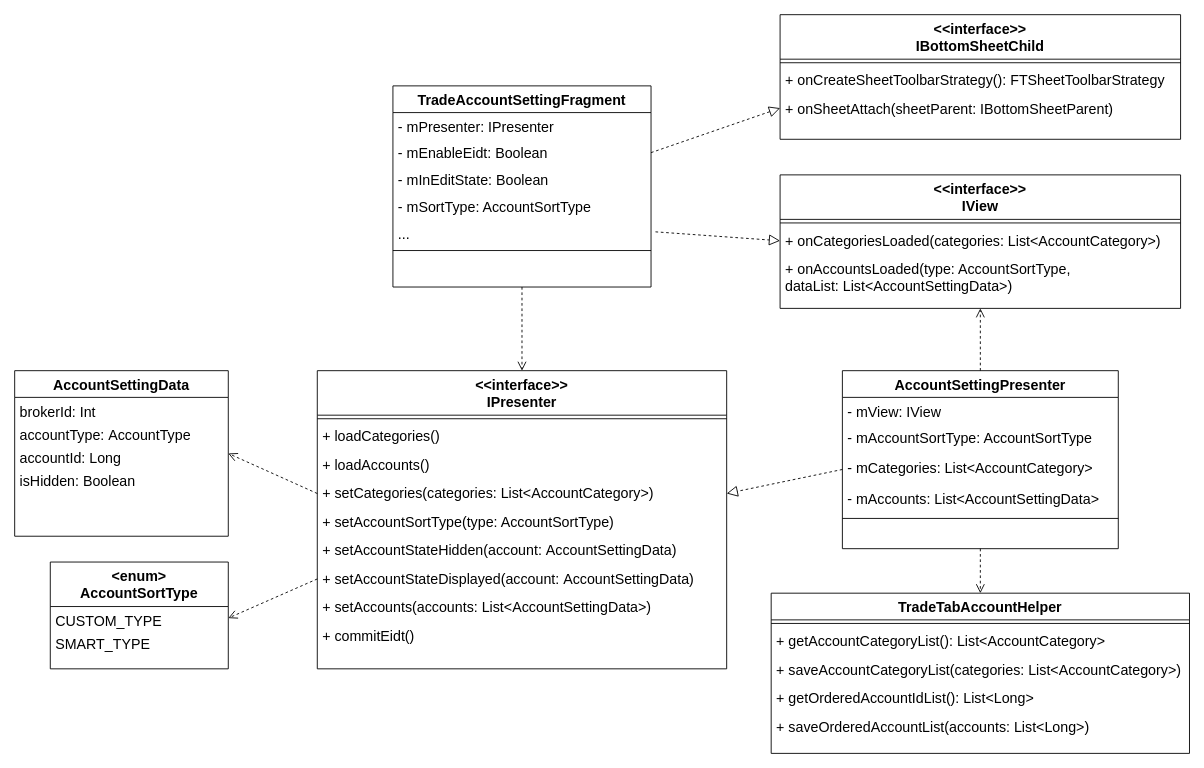
EricHyh/KtPermissions keeps this draw.io diagram as app/account_setting.drawio. Above is the earlier version. Source tidied: cells renumbered, new cells numbered last; positions are measured from the earlier drawing's top-left corner, leaving out a move shared by most shapes. Both pictures are drawn from the tidied source at 89%, with x=0, y=0 at pixel (14, 14).
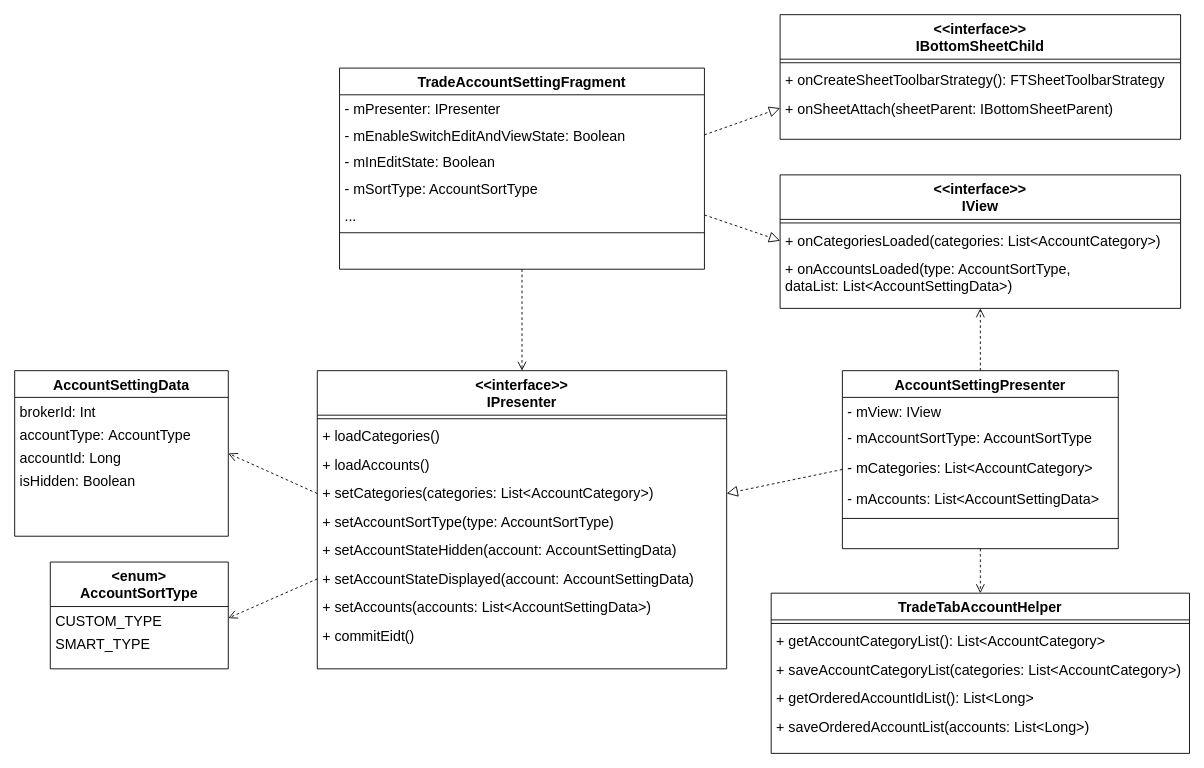
Above is the later version.

Unchanged cells that the change refers to:
```xml
<mxCell id="5" value="+ onCategoriesLoaded(categories: List&lt;AccountCategory&gt;)" style="text;align=left;verticalAlign=top;spacingLeft=4;spacingRight=4;overflow=hidden;points=[[0,0.5],[1,0.5]];portConstraint=eastwest;fontSize=16;" parent="3" vertex="1">
  <mxGeometry y="58" width="450" height="32" as="geometry" />
</mxCell>
```

What changed in the source:
```diff
@@
     <mxCell id="33" value="TradeAccountSettingFragment" style="swimlane;fontStyle=1;align=center;verticalAlign=top;horizontal=1;startSize=30;rounded=0;shadow=0;strokeWidth=1;fontSize=16;" parent="1" vertex="1">
-      <mxGeometry x="425" y="80" width="290" height="226" as="geometry" />
+      <mxGeometry x="365" y="60" width="410" height="226" as="geometry" />
     </mxCell>
     <mxCell id="34" value="- mPresenter: IPresenter" style="text;align=left;verticalAlign=top;spacingLeft=4;spacingRight=4;overflow=hidden;fontSize=16;" parent="33" vertex="1">
-      <mxGeometry y="30" width="290" height="30" as="geometry" />
+      <mxGeometry y="30" width="410" height="30" as="geometry" />
     </mxCell>
-    <mxCell id="35" value="- mEnableEidt: Boolean" style="text;align=left;verticalAlign=top;spacingLeft=4;spacingRight=4;overflow=hidden;points=[[0,0.5],[1,0.5]];portConstraint=eastwest;fontSize=16;" parent="33" vertex="1">
-      <mxGeometry y="60" width="290" height="30" as="geometry" />
+    <mxCell id="35" value="- mEnableSwitchEditAndViewState: Boolean" style="text;align=left;verticalAlign=top;spacingLeft=4;spacingRight=4;overflow=hidden;points=[[0,0.5],[1,0.5]];portConstraint=eastwest;fontSize=16;" parent="33" vertex="1">
+      <mxGeometry y="60" width="410" height="30" as="geometry" />
     </mxCell>
     <mxCell id="36" value="- mInEditState: Boolean" style="text;align=left;verticalAlign=top;spacingLeft=4;spacingRight=4;overflow=hidden;fontSize=16;" parent="33" vertex="1">
-      <mxGeometry y="90" width="290" height="30" as="geometry" />
+      <mxGeometry y="90" width="410" height="30" as="geometry" />
     </mxCell>
     <mxCell id="37" value="- mSortType: AccountSortType" style="text;align=left;verticalAlign=top;spacingLeft=4;spacingRight=4;overflow=hidden;fontSize=16;" parent="33" vertex="1">
-      <mxGeometry y="120" width="290" height="30" as="geometry" />
+      <mxGeometry y="120" width="410" height="30" as="geometry" />
     </mxCell>
     <mxCell id="38" value="..." style="text;align=left;verticalAlign=top;spacingLeft=4;spacingRight=4;overflow=hidden;points=[[0,0.5],[1,0.5]];portConstraint=eastwest;fontSize=16;" parent="33" vertex="1">
-      <mxGeometry y="150" width="290" height="30" as="geometry" />
+      <mxGeometry y="150" width="410" height="30" as="geometry" />
     </mxCell>
     <mxCell id="39" style="line;html=1;strokeWidth=1;align=left;verticalAlign=middle;spacingTop=-1;spacingLeft=3;spacingRight=3;labelPosition=right;fontSize=16;" parent="33" vertex="1">
-      <mxGeometry y="180" width="290" height="10" as="geometry" />
+      <mxGeometry y="180" width="410" height="10" as="geometry" />
     </mxCell>
@@
-    <mxCell id="41" style="endArrow=block;endSize=10;endFill=0;shadow=0;strokeWidth=1;rounded=0;elbow=vertical;fontSize=16;entryX=0;entryY=0.5;entryDx=0;entryDy=0;dashed=1;" parent="1" edge="1" target="5">
-      <mxGeometry relative="1" as="geometry">
-        <mxPoint x="720" y="244" as="sourcePoint" />
-      </mxGeometry>
+    <mxCell id="41" style="endArrow=block;endSize=10;endFill=0;shadow=0;strokeWidth=1;rounded=0;elbow=vertical;fontSize=16;entryX=0;entryY=0.5;entryDx=0;entryDy=0;dashed=1;exitX=1;exitY=0.5;exitDx=0;exitDy=0;" parent="1" edge="1" source="38" target="5">
+      <mxGeometry relative="1" as="geometry" />
     </mxCell>
```
